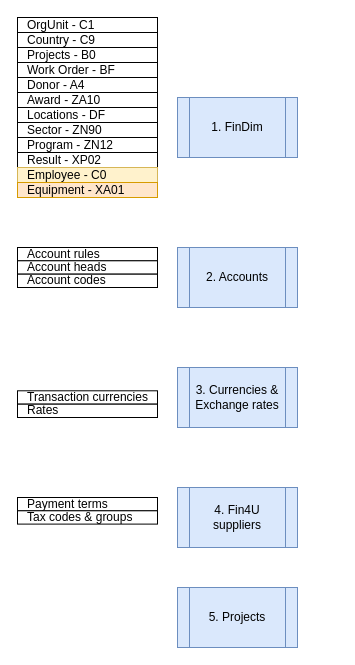
Earlier version of the draw.io diagram integrations schedule.drawio (Medair/drawio). Source tidied: cells renumbered, new cells numbered last; positions are measured from the earlier drawing's top-left corner, leaving out a move shared by most shapes. Both pictures are drawn from the tidied source at 100%, with x=0, y=0 at pixel (17, 17).
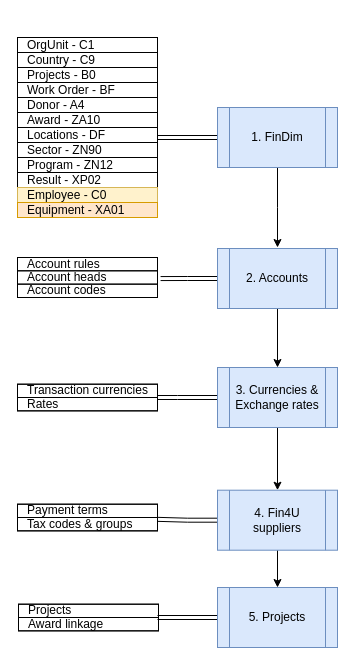
Above is the later version.

The change refers to these unchanged cells:
```xml
<mxCell id="10" value="Locations - DF" style="strokeColor=inherit;fillColor=inherit;gradientColor=inherit;fontColor=inherit;html=1;shadow=0;dashed=0;perimeter=none;whiteSpace=wrap;align=left;spacing=10;" parent="3" vertex="1">
  <mxGeometry y="90" width="140" height="15" as="geometry" />
</mxCell>
```

Change to the diagram source:
```diff
@@
+    <mxCell id="29" style="edgeStyle=orthogonalEdgeStyle;rounded=0;jettySize=auto;html=1;exitX=0;exitY=0.5;exitDx=0;exitDy=0;entryX=1;entryY=0.667;entryDx=0;entryDy=0;entryPerimeter=0;shape=link;" parent="1" edge="1" source="2" target="10">
+      <mxGeometry relative="1" as="geometry" />
+    </mxCell>
+    <mxCell id="30" style="edgeStyle=orthogonalEdgeStyle;rounded=0;jettySize=auto;html=1;" parent="1" edge="1" source="2">
+      <mxGeometry relative="1" as="geometry">
+        <mxPoint x="260" y="230" as="targetPoint" />
+      </mxGeometry>
+    </mxCell>
     <mxCell id="2" value="1. FinDim" style="shape=process;whiteSpace=wrap;html=1;backgroundOutline=1;fillColor=#dae8fc;strokeColor=#6c8ebf;" parent="1" vertex="1">
-      <mxGeometry x="160" y="80" width="120" height="60" as="geometry" />
+      <mxGeometry x="200" y="90" width="120" height="60" as="geometry" />
     </mxCell>
     <mxCell id="3" style="group;strokeColor=default;fontSize=12;" parent="1" vertex="1">
-      <mxGeometry width="140" height="180" as="geometry" />
+      <mxGeometry y="20" width="140" height="180" as="geometry" />
     </mxCell>
@@
+    <mxCell id="31" style="edgeStyle=orthogonalEdgeStyle;rounded=0;jettySize=auto;html=1;exitX=0;exitY=0.5;exitDx=0;exitDy=0;entryX=1.022;entryY=0.584;entryDx=0;entryDy=0;entryPerimeter=0;shape=link;" parent="1" edge="1" source="16" target="20">
+      <mxGeometry relative="1" as="geometry" />
+    </mxCell>
+    <mxCell id="32" style="edgeStyle=orthogonalEdgeStyle;rounded=0;jettySize=auto;html=1;exitX=0.5;exitY=1;exitDx=0;exitDy=0;entryX=0.5;entryY=0;entryDx=0;entryDy=0;" parent="1" edge="1" source="16" target="22">
+      <mxGeometry relative="1" as="geometry" />
+    </mxCell>
     <mxCell id="16" value="2. Accounts" style="shape=process;whiteSpace=wrap;html=1;backgroundOutline=1;fillColor=#dae8fc;strokeColor=#6c8ebf;" parent="1" vertex="1">
-      <mxGeometry x="160" y="230" width="120" height="60" as="geometry" />
+      <mxGeometry x="200" y="231" width="120" height="60" as="geometry" />
     </mxCell>
-    <mxCell id="17" style="group;strokeColor=default;" parent="1" vertex="1">
-      <mxGeometry y="230" width="140" height="40" as="geometry" />
-    </mxCell>
-    <mxCell id="18" style="group;strokeColor=default;fontSize=12;" parent="1" vertex="1">
-      <mxGeometry y="230" width="140" height="35.6" as="geometry" />
-    </mxCell>
+    <mxCell id="33" style="edgeStyle=orthogonalEdgeStyle;rounded=0;jettySize=auto;html=1;exitX=0;exitY=0.5;exitDx=0;exitDy=0;entryX=1;entryY=0;entryDx=0;entryDy=0;entryPerimeter=0;shape=link;" parent="1" edge="1" source="22" target="24">
+      <mxGeometry relative="1" as="geometry">
+        <Array as="points">
+          <mxPoint x="160" y="380" />
+          <mxPoint x="160" y="380" />
+        </Array>
+      </mxGeometry>
+    </mxCell>
+    <mxCell id="34" style="edgeStyle=orthogonalEdgeStyle;rounded=0;jettySize=auto;html=1;exitX=0.5;exitY=1;exitDx=0;exitDy=0;" parent="1" edge="1" source="22" target="25">
+      <mxGeometry relative="1" as="geometry" />
+    </mxCell>
+    <mxCell id="22" value="3. Currencies &amp;amp; Exchange rates" style="shape=process;whiteSpace=wrap;html=1;backgroundOutline=1;fillColor=#dae8fc;strokeColor=#6c8ebf;" parent="1" vertex="1">
+      <mxGeometry x="200" y="350" width="120" height="60" as="geometry" />
+    </mxCell>
+    <mxCell id="35" style="edgeStyle=orthogonalEdgeStyle;rounded=0;jettySize=auto;html=1;exitX=0;exitY=0.5;exitDx=0;exitDy=0;entryX=1.001;entryY=0.139;entryDx=0;entryDy=0;entryPerimeter=0;shape=link;" parent="1" edge="1" source="25" target="27">
+      <mxGeometry relative="1" as="geometry" />
+    </mxCell>
+    <mxCell id="36" style="edgeStyle=orthogonalEdgeStyle;rounded=0;jettySize=auto;html=1;exitX=0.5;exitY=1;exitDx=0;exitDy=0;entryX=0.5;entryY=0;entryDx=0;entryDy=0;" parent="1" edge="1" source="25" target="28">
+      <mxGeometry relative="1" as="geometry" />
+    </mxCell>
+    <mxCell id="25" value="4. Fin4U suppliers" style="shape=process;whiteSpace=wrap;html=1;backgroundOutline=1;fillColor=#dae8fc;strokeColor=#6c8ebf;" parent="1" vertex="1">
+      <mxGeometry x="200" y="472.7" width="120" height="60" as="geometry" />
+    </mxCell>
+    <mxCell id="37" style="edgeStyle=orthogonalEdgeStyle;rounded=0;jettySize=auto;html=1;exitX=0;exitY=0.5;exitDx=0;exitDy=0;shape=link;" parent="1" edge="1" source="28">
+      <mxGeometry relative="1" as="geometry">
+        <mxPoint x="140" y="600" as="targetPoint" />
+      </mxGeometry>
+    </mxCell>
+    <mxCell id="28" value="5. Projects" style="shape=process;whiteSpace=wrap;html=1;backgroundOutline=1;fillColor=#dae8fc;strokeColor=#6c8ebf;" parent="1" vertex="1">
+      <mxGeometry x="200" y="570" width="120" height="60" as="geometry" />
+    </mxCell>
+    <mxCell id="38" style="group;strokeColor=default;" parent="1" vertex="1">
+      <mxGeometry y="366.7" width="140" height="26.7" as="geometry" />
+    </mxCell>
+    <mxCell id="23" value="Transaction currencies" style="strokeColor=inherit;fillColor=inherit;gradientColor=inherit;fontColor=inherit;html=1;shadow=0;dashed=0;perimeter=none;whiteSpace=wrap;align=left;spacing=10;" parent="38" vertex="1">
+      <mxGeometry width="140" height="13.3" as="geometry" />
+    </mxCell>
+    <mxCell id="24" value="Rates" style="strokeColor=inherit;fillColor=inherit;gradientColor=inherit;fontColor=inherit;html=1;shadow=0;dashed=0;perimeter=none;whiteSpace=wrap;align=left;spacing=10;" parent="38" vertex="1">
+      <mxGeometry y="13.3" width="140" height="13.3" as="geometry" />
+    </mxCell>
+    <mxCell id="39" style="group;strokeColor=default;" parent="1" vertex="1">
+      <mxGeometry y="486.7" width="140" height="26.7" as="geometry" />
+    </mxCell>
+    <mxCell id="26" value="Payment terms" style="strokeColor=inherit;fillColor=inherit;gradientColor=inherit;fontColor=inherit;html=1;shadow=0;dashed=0;perimeter=none;whiteSpace=wrap;align=left;spacing=10;" parent="39" vertex="1">
+      <mxGeometry width="140" height="13.3" as="geometry" />
+    </mxCell>
+    <mxCell id="27" value="Tax codes &amp;amp; groups" style="strokeColor=inherit;fillColor=inherit;gradientColor=inherit;fontColor=inherit;html=1;shadow=0;dashed=0;perimeter=none;whiteSpace=wrap;align=left;spacing=10;" parent="39" vertex="1">
+      <mxGeometry y="13.3" width="140" height="13.3" as="geometry" />
+    </mxCell>
+    <mxCell id="40" style="group;strokeColor=default;" parent="1" vertex="1">
+      <mxGeometry x="1" y="586.7" width="140" height="26.7" as="geometry" />
+    </mxCell>
+    <mxCell id="41" value="Projects" style="strokeColor=inherit;fillColor=inherit;gradientColor=inherit;fontColor=inherit;html=1;shadow=0;dashed=0;perimeter=none;whiteSpace=wrap;align=left;spacing=10;" parent="40" vertex="1">
+      <mxGeometry width="140" height="13.3" as="geometry" />
+    </mxCell>
+    <mxCell id="42" value="Award linkage" style="strokeColor=inherit;fillColor=inherit;gradientColor=inherit;fontColor=inherit;html=1;shadow=0;dashed=0;perimeter=none;whiteSpace=wrap;align=left;spacing=10;" parent="40" vertex="1">
+      <mxGeometry y="13.3" width="140" height="13.3" as="geometry" />
+    </mxCell>
+    <mxCell id="43" style="group;strokeColor=default;" parent="1" vertex="1">
+      <mxGeometry y="240" width="140" height="40" as="geometry" />
+    </mxCell>
-    <mxCell id="19" value="Account rules" style="strokeColor=inherit;fillColor=inherit;gradientColor=inherit;fontColor=inherit;html=1;shadow=0;dashed=0;perimeter=none;whiteSpace=wrap;align=left;spacing=10;" parent="1" vertex="1">
-      <mxGeometry y="230" width="140" height="13.3" as="geometry" />
+    <mxCell id="19" value="Account rules" style="strokeColor=inherit;fillColor=inherit;gradientColor=inherit;fontColor=inherit;html=1;shadow=0;dashed=0;perimeter=none;whiteSpace=wrap;align=left;spacing=10;" parent="43" vertex="1">
+      <mxGeometry width="140" height="13.3" as="geometry" />
     </mxCell>
-    <mxCell id="20" value="Account heads" style="strokeColor=inherit;fillColor=inherit;gradientColor=inherit;fontColor=inherit;html=1;shadow=0;dashed=0;perimeter=none;whiteSpace=wrap;align=left;spacing=10;" parent="1" vertex="1">
-      <mxGeometry y="243.3" width="140" height="13.3" as="geometry" />
+    <mxCell id="20" value="Account heads" style="strokeColor=inherit;fillColor=inherit;gradientColor=inherit;fontColor=inherit;html=1;shadow=0;dashed=0;perimeter=none;whiteSpace=wrap;align=left;spacing=10;" parent="43" vertex="1">
+      <mxGeometry y="13.3" width="140" height="13.3" as="geometry" />
     </mxCell>
-    <mxCell id="21" value="Account codes" style="strokeColor=inherit;fillColor=inherit;gradientColor=inherit;fontColor=inherit;html=1;shadow=0;dashed=0;perimeter=none;whiteSpace=wrap;align=left;spacing=10;" parent="1" vertex="1">
-      <mxGeometry y="256.7" width="140" height="13.3" as="geometry" />
+    <mxCell id="21" value="Account codes" style="strokeColor=default;fillColor=inherit;gradientColor=inherit;fontColor=inherit;html=1;shadow=0;dashed=0;perimeter=none;whiteSpace=wrap;align=left;spacing=10;" parent="43" vertex="1">
+      <mxGeometry y="26.7" width="140" height="13.3" as="geometry" />
     </mxCell>
-    <mxCell id="22" value="3. Currencies &amp;amp; Exchange rates" style="shape=process;whiteSpace=wrap;html=1;backgroundOutline=1;fillColor=#dae8fc;strokeColor=#6c8ebf;" parent="1" vertex="1">
-      <mxGeometry x="160" y="350" width="120" height="60" as="geometry" />
-    </mxCell>
-    <mxCell id="23" value="Transaction currencies" style="strokeColor=inherit;fillColor=inherit;gradientColor=inherit;fontColor=inherit;html=1;shadow=0;dashed=0;perimeter=none;whiteSpace=wrap;align=left;spacing=10;" parent="1" vertex="1">
-      <mxGeometry y="373.3" width="140" height="13.3" as="geometry" />
-    </mxCell>
-    <mxCell id="24" value="Rates" style="strokeColor=inherit;fillColor=inherit;gradientColor=inherit;fontColor=inherit;html=1;shadow=0;dashed=0;perimeter=none;whiteSpace=wrap;align=left;spacing=10;" parent="1" vertex="1">
-      <mxGeometry y="386.7" width="140" height="13.3" as="geometry" />
-    </mxCell>
-    <mxCell id="25" value="4. Fin4U suppliers" style="shape=process;whiteSpace=wrap;html=1;backgroundOutline=1;fillColor=#dae8fc;strokeColor=#6c8ebf;" parent="1" vertex="1">
-      <mxGeometry x="160" y="470" width="120" height="60" as="geometry" />
-    </mxCell>
-    <mxCell id="26" value="Payment terms" style="strokeColor=inherit;fillColor=inherit;gradientColor=inherit;fontColor=inherit;html=1;shadow=0;dashed=0;perimeter=none;whiteSpace=wrap;align=left;spacing=10;" parent="1" vertex="1">
-      <mxGeometry y="480" width="140" height="13.3" as="geometry" />
-    </mxCell>
-    <mxCell id="27" value="Tax codes &amp;amp; groups" style="strokeColor=inherit;fillColor=inherit;gradientColor=inherit;fontColor=inherit;html=1;shadow=0;dashed=0;perimeter=none;whiteSpace=wrap;align=left;spacing=10;" parent="1" vertex="1">
-      <mxGeometry y="493.3" width="140" height="13.3" as="geometry" />
-    </mxCell>
-    <mxCell id="28" value="5. Projects" style="shape=process;whiteSpace=wrap;html=1;backgroundOutline=1;fillColor=#dae8fc;strokeColor=#6c8ebf;" parent="1" vertex="1">
-      <mxGeometry x="160" y="570" width="120" height="60" as="geometry" />
-    </mxCell>
```
